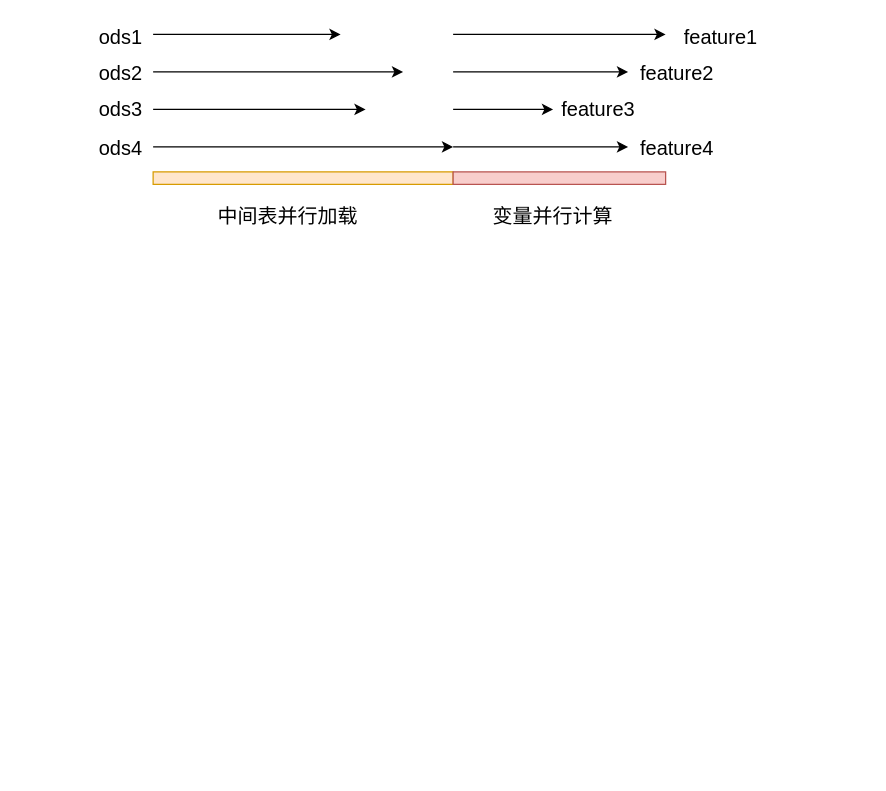
The draw.io diagram wacai-preload.drawio in jintianfan/draw-arc, before the edit. Source tidied: cells renumbered, new cells numbered last; positions are measured from the earlier drawing's top-left corner, leaving out a move shared by most shapes. Both pictures are drawn from the tidied source at 125%, with x=0, y=0 at pixel (96, 21).
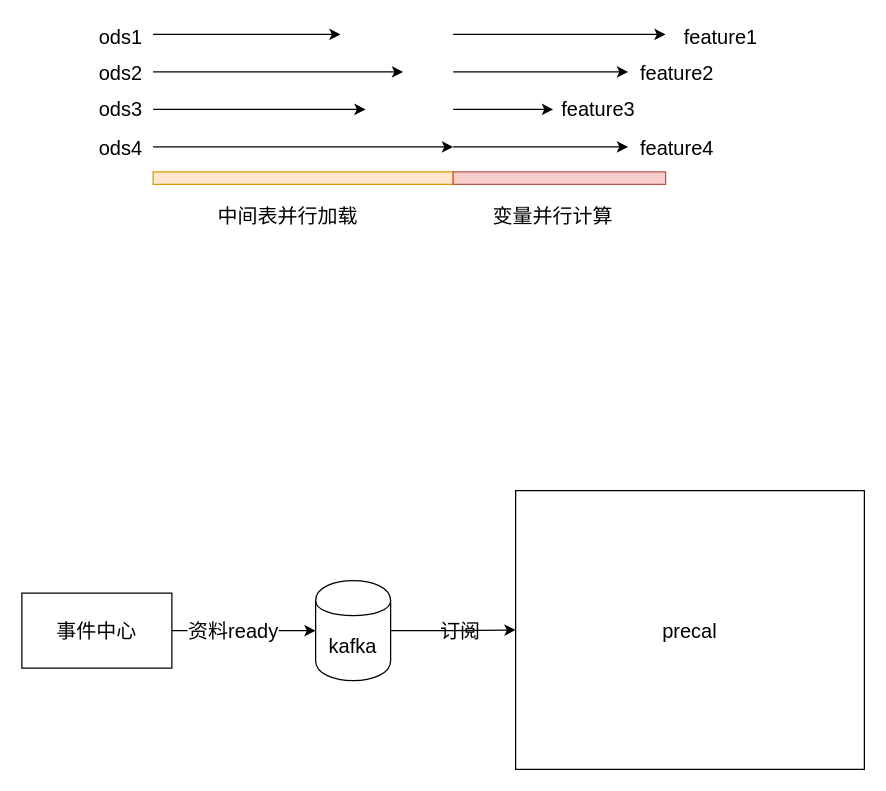
After the change.

Change to the diagram source:
```diff
@@
+    <mxCell id="22" style="edgeStyle=orthogonalEdgeStyle;rounded=0;jettySize=auto;html=1;fontSize=16;" parent="1" edge="1" source="24">
+      <mxGeometry relative="1" as="geometry">
+        <mxPoint x="175" y="487" as="targetPoint" />
+      </mxGeometry>
+    </mxCell>
+    <mxCell id="23" value="资料ready" style="text;html=1;align=center;verticalAlign=middle;labelBackgroundColor=#ffffff;fontSize=16;" parent="22" vertex="1">
+      <mxGeometry x="-0.17" y="1" relative="1" as="geometry" />
+    </mxCell>
+    <mxCell id="24" value="事件中心" style="rounded=0;whiteSpace=wrap;html=1;fontSize=16;" parent="1" vertex="1">
+      <mxGeometry x="-60" y="457" width="120" height="60" as="geometry" />
+    </mxCell>
+    <mxCell id="25" value="precal" style="rounded=0;whiteSpace=wrap;html=1;fontSize=16;" parent="1" vertex="1">
+      <mxGeometry x="335" y="375" width="279" height="223" as="geometry" />
+    </mxCell>
+    <mxCell id="26" style="edgeStyle=orthogonalEdgeStyle;rounded=0;jettySize=auto;html=1;exitX=1;exitY=0.5;exitDx=0;exitDy=0;fontSize=16;" parent="1" edge="1" source="27" target="25">
+      <mxGeometry relative="1" as="geometry" />
+    </mxCell>
+    <mxCell id="27" value="kafka" style="shape=cylinder;whiteSpace=wrap;html=1;boundedLbl=1;backgroundOutline=1;fontSize=16;" parent="1" vertex="1">
+      <mxGeometry x="175" y="447" width="60" height="80" as="geometry" />
+    </mxCell>
+    <mxCell id="28" value="订阅" style="text;html=1;align=left;verticalAlign=top;spacingTop=-4;fontSize=16;" parent="1" vertex="1">
+      <mxGeometry x="273" y="475" width="42" height="19" as="geometry" />
+    </mxCell>
```
